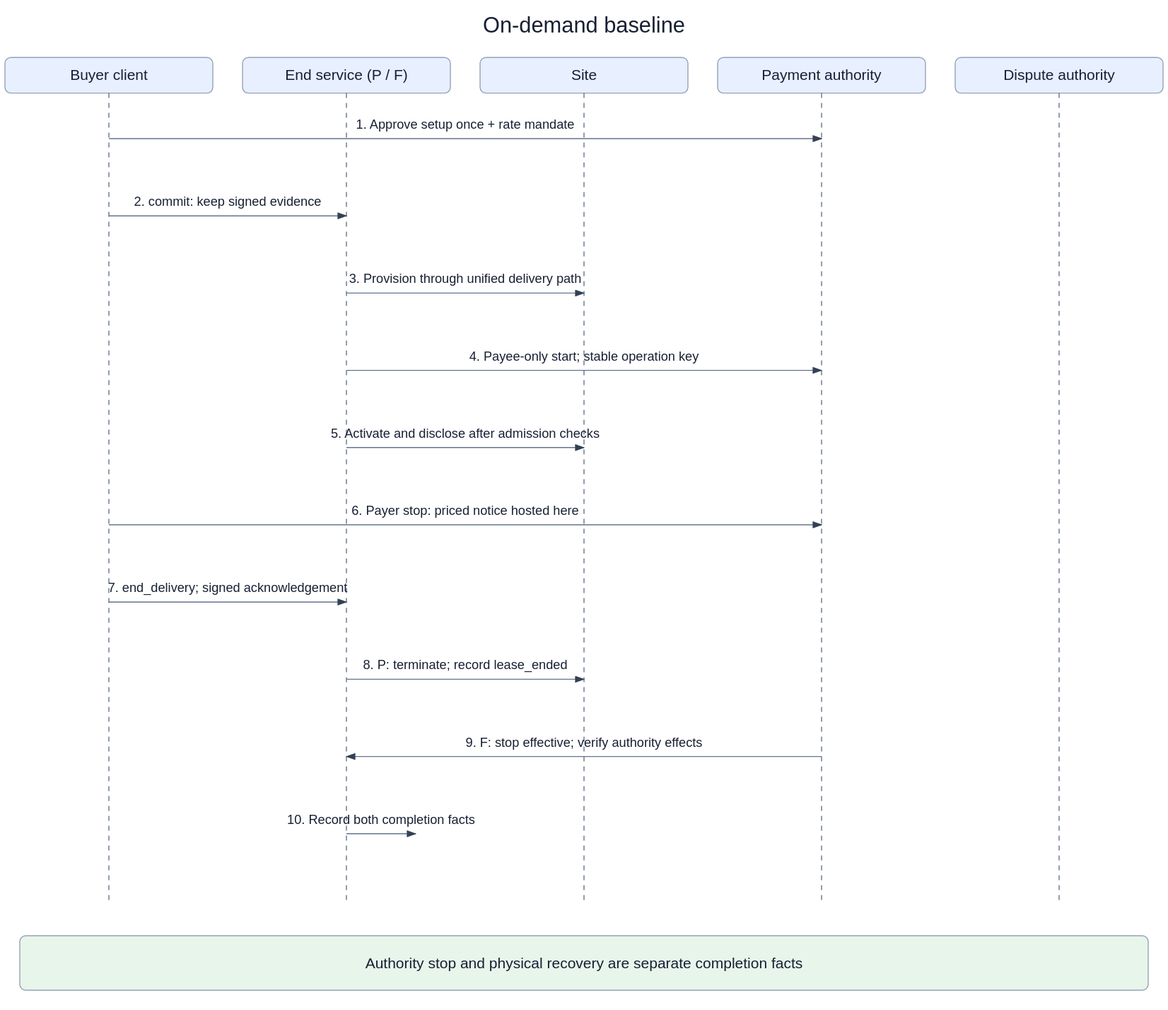
arkhai-io/simple-compute-market keeps this draw.io diagram as openspec/changes/converge-ongoing-compute-leases/diagrams/00-on-demand-baseline.svg. Above is the earlier version. Source tidied: cells renumbered, new cells last; positions are measured from the earlier drawing's top-left corner, leaving out a move shared by most shapes.
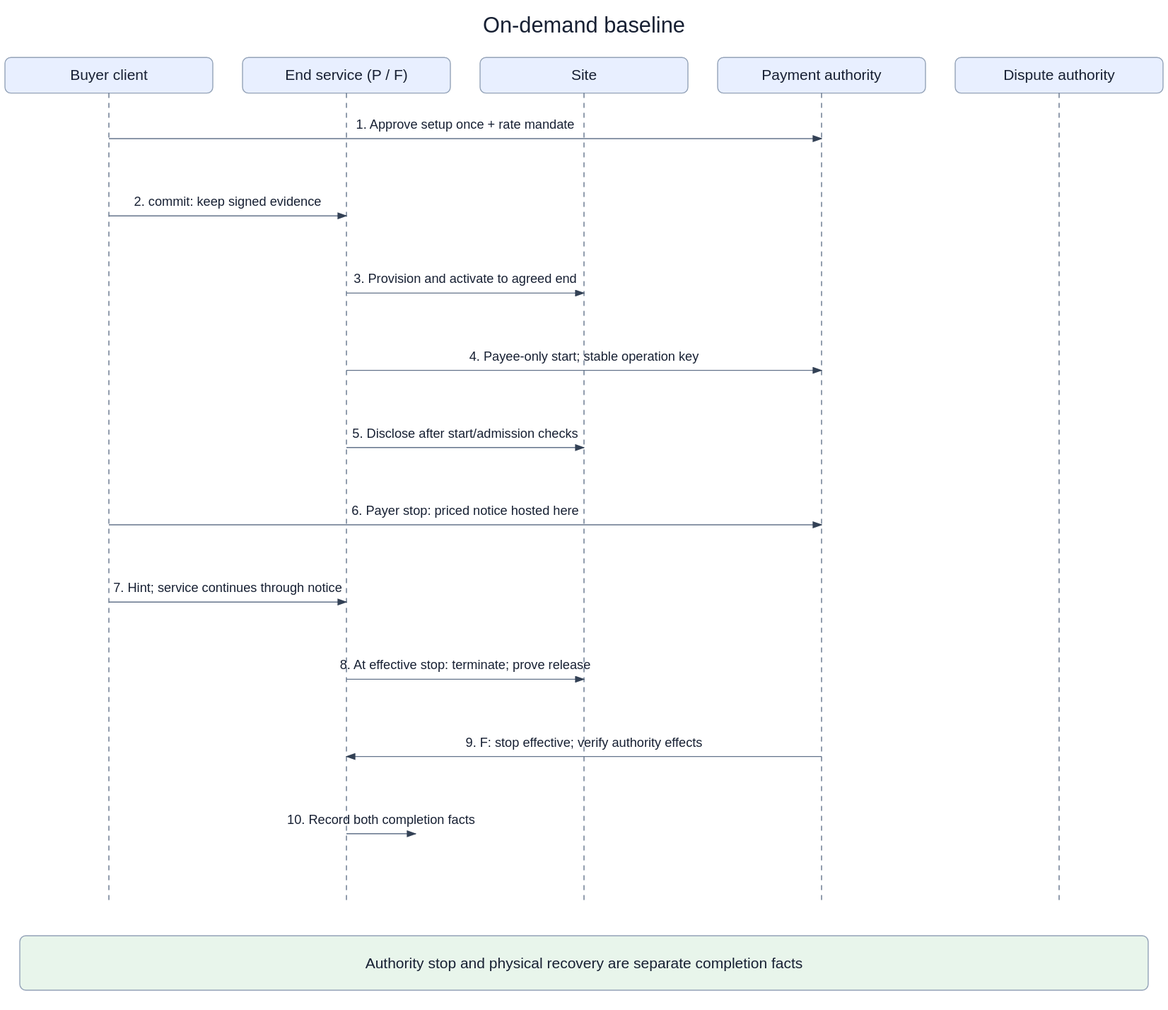
After the change.

Change to the diagram source:
```diff
@@ -62,7 +62,7 @@
         <mxPoint x="345" y="208" as="targetPoint" />
       </mxGeometry>
     </mxCell>
-    <mxCell id="15" value="3. Provision through unified delivery path" style="endArrow=block;fontSize=13;labelBackgroundColor=#ffffff;" parent="1" edge="1">
+    <mxCell id="15" value="3. Provision and activate to agreed end" style="endArrow=block;fontSize=13;labelBackgroundColor=#ffffff;" parent="1" edge="1">
       <mxGeometry relative="1" as="geometry">
         <mxPoint x="345" y="286" as="sourcePoint" />
         <mxPoint x="585" y="286" as="targetPoint" />
@@ -74,7 +74,7 @@
         <mxPoint x="825" y="364" as="targetPoint" />
       </mxGeometry>
     </mxCell>
-    <mxCell id="17" value="5. Activate and disclose after admission checks" style="endArrow=block;fontSize=13;labelBackgroundColor=#ffffff;" parent="1" edge="1">
+    <mxCell id="17" value="5. Disclose after start/admission checks" style="endArrow=block;fontSize=13;labelBackgroundColor=#ffffff;" parent="1" edge="1">
       <mxGeometry relative="1" as="geometry">
         <mxPoint x="345" y="442" as="sourcePoint" />
         <mxPoint x="585" y="442" as="targetPoint" />
@@ -86,13 +86,13 @@
         <mxPoint x="825" y="520" as="targetPoint" />
       </mxGeometry>
     </mxCell>
-    <mxCell id="19" value="7. end_delivery; signed acknowledgement" style="endArrow=block;fontSize=13;labelBackgroundColor=#ffffff;" parent="1" edge="1">
+    <mxCell id="19" value="7. Hint; service continues through notice" style="endArrow=block;fontSize=13;labelBackgroundColor=#ffffff;" parent="1" edge="1">
       <mxGeometry relative="1" as="geometry">
         <mxPoint x="105" y="598" as="sourcePoint" />
         <mxPoint x="345" y="598" as="targetPoint" />
       </mxGeometry>
     </mxCell>
-    <mxCell id="20" value="8. P: terminate; record lease_ended" style="endArrow=block;fontSize=13;labelBackgroundColor=#ffffff;" parent="1" edge="1">
+    <mxCell id="20" value="8. At effective stop: terminate; prove release" style="endArrow=block;fontSize=13;labelBackgroundColor=#ffffff;" parent="1" edge="1">
       <mxGeometry relative="1" as="geometry">
         <mxPoint x="345" y="676" as="sourcePoint" />
         <mxPoint x="585" y="676" as="targetPoint" />
```
